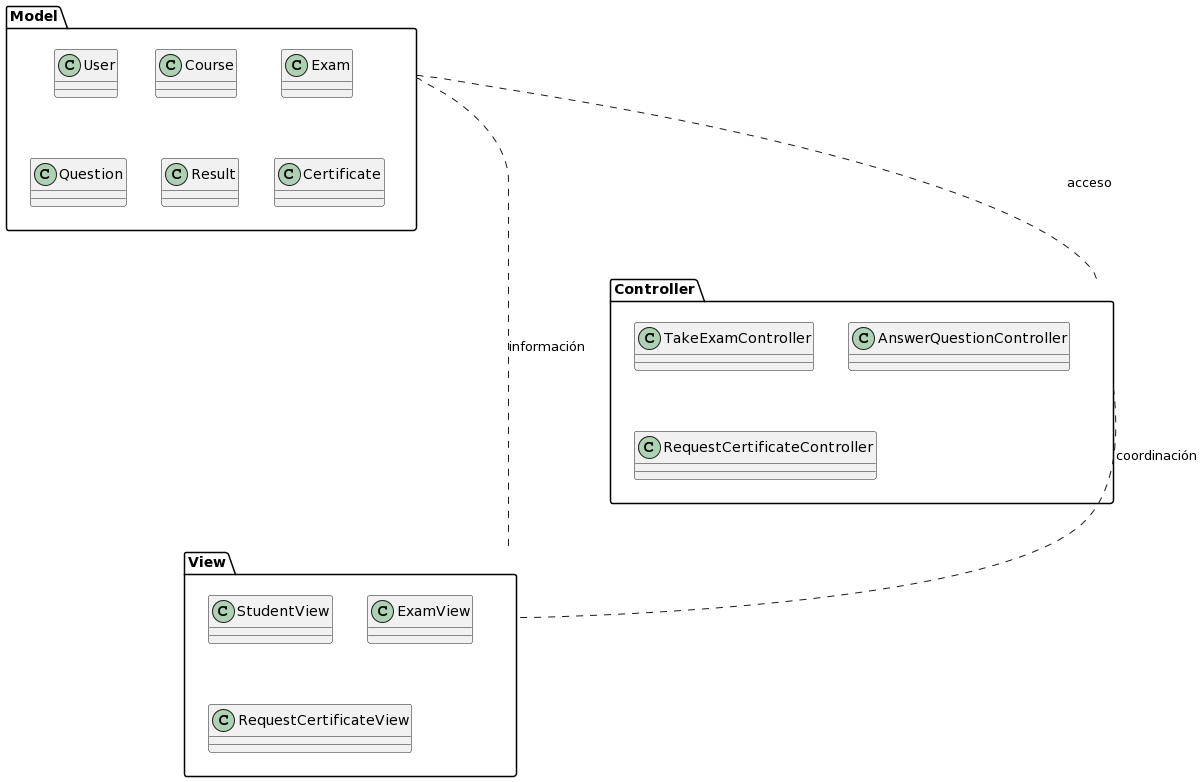
Carverz/IS-022023_Proyecto-Grupo-4 keeps this PlantUML diagram as docs/logicalView/analysisView/packageAnalisys/DiagramaDePaquetes/DiagramaPaquetes.png. Above is the earlier version. Its diagram source:
```plantuml
@startuml
package "Model" as Modelo {
class User
class Course
class Exam
class Question
class Result
class Certificate
}

package "Controller" as Controlador{
class TakeExamController
class AnswerQuestionController
class RequestCertificateController
}

package "View" as Vista{
class StudentView
class ExamView
class RequestCertificateView
}

Modelo ... Controlador : acceso
Controlador ... Vista : coordinación
Vista .left.. Modelo : información
@enduml
```
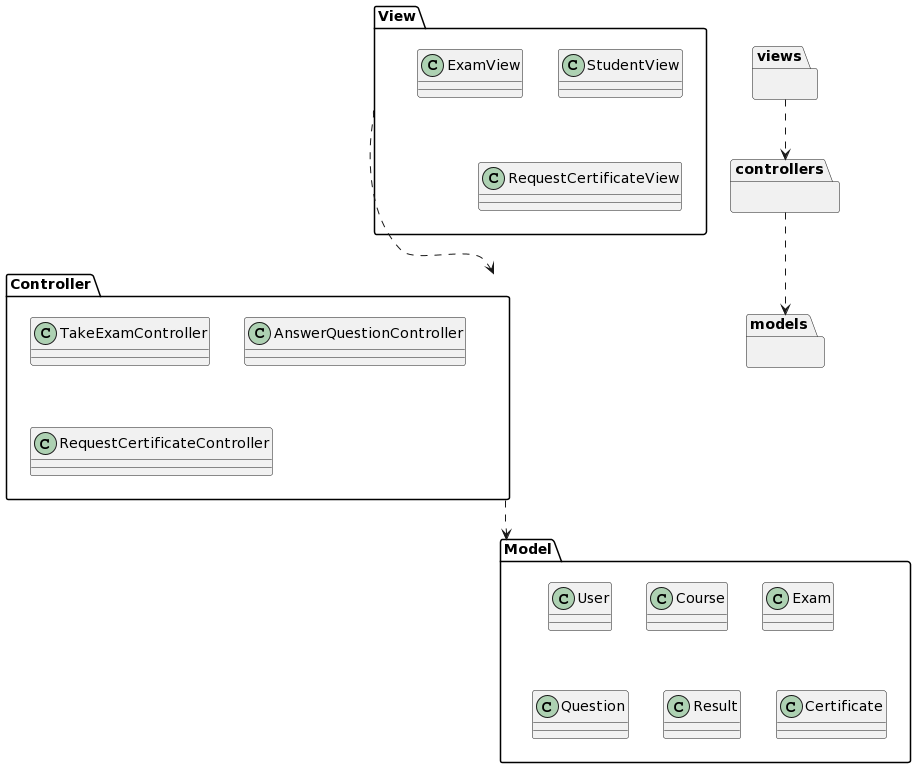
The same file after the commit.

Commit message:
correccion DiagramaPaquetes

The edit, as a diff of the source:
```diff
@@ -1,4 +1,23 @@
 @startuml
+package views{}
+package controllers{}
+package models{}
+
+views ..> controllers
+controllers ..> models
+
+package "View" as Vista {
+class StudentView
+class ExamView
+class RequestCertificateView
+}
+
+package "Controller" as Controlador {
+class TakeExamController
+class AnswerQuestionController
+class RequestCertificateController
+}
+
 package "Model" as Modelo {
 class User
 class Course
@@ -8,19 +27,6 @@
 class Certificate
 }
 
-package "Controller" as Controlador{
-class TakeExamController
-class AnswerQuestionController
-class RequestCertificateController
-}
-
-package "View" as Vista{
-class StudentView
-class ExamView
-class RequestCertificateView
-}
-
-Modelo ... Controlador : acceso
-Controlador ... Vista : coordinación
-Vista .left.. Modelo : información
+Vista ...> Controlador
+Controlador ...> Modelo
 @enduml
```
